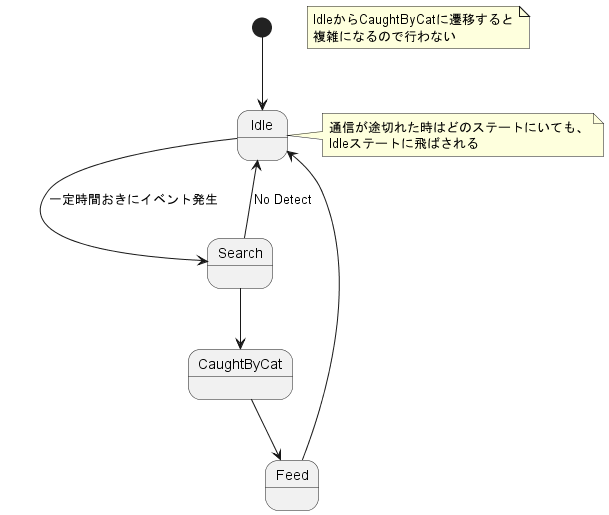
The PlantUML diagram doc/uml/out/state_machine/all/all.png in yudai0804/cat-gpt, before a commit.
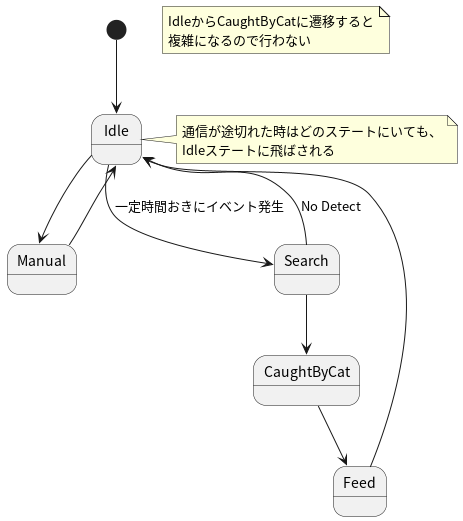
Later version of the same file.

Commit message:
doc: manual stateを追加

Change to the diagram source:
```diff
@@ -1,6 +1,8 @@
 @startuml
 [*] --> Idle
 note "IdleからCaughtByCatに遷移すると\n複雑になるので行わない" as N1
+Idle --> Manual
+Manual --> Idle
 Idle --> Search : 一定時間おきにイベント発生
 note right of Idle : 通信が途切れた時はどのステートにいても、\nIdleステートに飛ばされる
 Search --> Idle : No Detect
```
